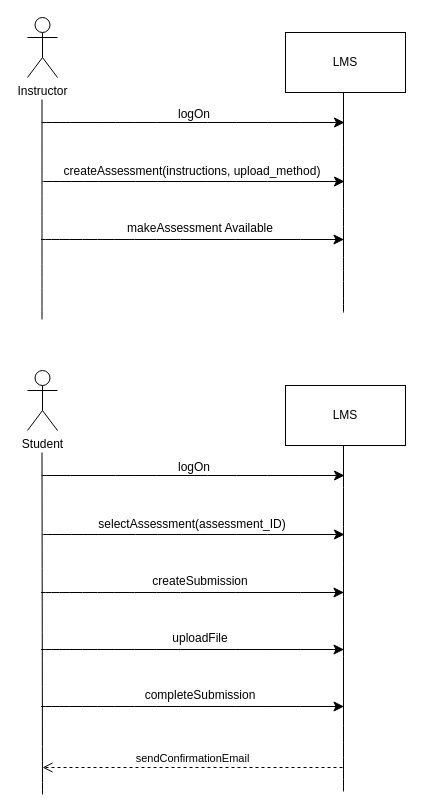
This is page "Page-2" (2 of 2) of domain_model_Workshop_2.drawio from antonykimuom/SWEN30006-2025-SM1-workshop1-tuew05-14-00-team-12, a draw.io file, before an edit. Source tidied: cells renumbered, new cells numbered last; positions are measured from the earlier drawing's top-left corner, leaving out a move shared by most shapes. Both pictures are drawn from the tidied source at 100%, with x=0, y=0 at pixel (27, 17).
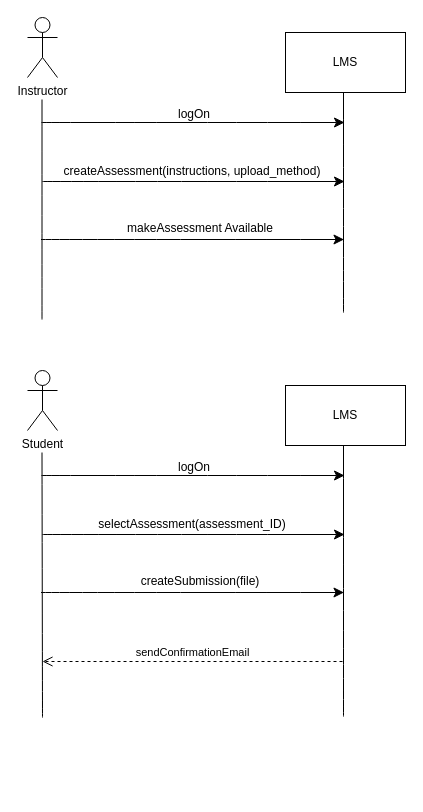
The same page after the edit.

Commit message:
editedd SSD

Change to the diagram source:
```diff
@@
     <mxCell id="13" style="endArrow=none;html=1;rounded=0;fontSize=12;startSize=8;endSize=8;curved=1;" parent="1" edge="1">
       <mxGeometry relative="1" as="geometry">
-        <mxPoint x="15" y="777" as="sourcePoint" />
+        <mxPoint x="15" y="700" as="sourcePoint" />
         <mxPoint x="14.5" y="435" as="targetPoint" />
       </mxGeometry>
     </mxCell>
@@
     <mxCell id="15" style="endArrow=none;html=1;rounded=0;fontSize=12;startSize=8;endSize=8;curved=1;" parent="1" edge="1">
       <mxGeometry relative="1" as="geometry">
-        <mxPoint x="316" y="774" as="sourcePoint" />
+        <mxPoint x="316" y="699" as="sourcePoint" />
         <mxPoint x="316" y="428" as="targetPoint" />
       </mxGeometry>
     </mxCell>
@@
-    <mxCell id="21" value="createSubmission" style="text;html=1;align=center;verticalAlign=middle;whiteSpace=wrap;rounded=0;" parent="1" vertex="1">
+    <mxCell id="21" value="createSubmission(file)" style="text;html=1;align=center;verticalAlign=middle;whiteSpace=wrap;rounded=0;" parent="1" vertex="1">
       <mxGeometry x="88" y="549" width="170" height="30" as="geometry" />
     </mxCell>
-    <mxCell id="22" style="endArrow=classic;html=1;rounded=0;fontSize=12;startSize=8;endSize=8;curved=1;" parent="1" edge="1">
-      <mxGeometry relative="1" as="geometry">
-        <mxPoint x="13.5" y="632" as="sourcePoint" />
-        <mxPoint x="316.5" y="632" as="targetPoint" />
-      </mxGeometry>
-    </mxCell>
-    <mxCell id="23" value="uploadFile" style="text;html=1;align=center;verticalAlign=middle;whiteSpace=wrap;rounded=0;" parent="1" vertex="1">
-      <mxGeometry x="88" y="606" width="170" height="30" as="geometry" />
-    </mxCell>
-    <mxCell id="24" style="endArrow=classic;html=1;rounded=0;fontSize=12;startSize=8;endSize=8;curved=1;" parent="1" edge="1">
-      <mxGeometry relative="1" as="geometry">
-        <mxPoint x="13.5" y="689" as="sourcePoint" />
-        <mxPoint x="316.5" y="689" as="targetPoint" />
-      </mxGeometry>
-    </mxCell>
-    <mxCell id="25" value="completeSubmission" style="text;html=1;align=center;verticalAlign=middle;whiteSpace=wrap;rounded=0;" parent="1" vertex="1">
-      <mxGeometry x="88" y="663" width="170" height="30" as="geometry" />
-    </mxCell>
     <mxCell id="26" value="sendConfirmationEmail" style="html=1;verticalAlign=bottom;endArrow=open;dashed=1;endSize=8;curved=0;rounded=0;" parent="1" edge="1">
       <mxGeometry relative="1" as="geometry">
-        <mxPoint x="315" y="750" as="sourcePoint" />
-        <mxPoint x="15" y="750" as="targetPoint" />
+        <mxPoint x="315" y="644" as="sourcePoint" />
+        <mxPoint x="15" y="644" as="targetPoint" />
       </mxGeometry>
     </mxCell>
```
